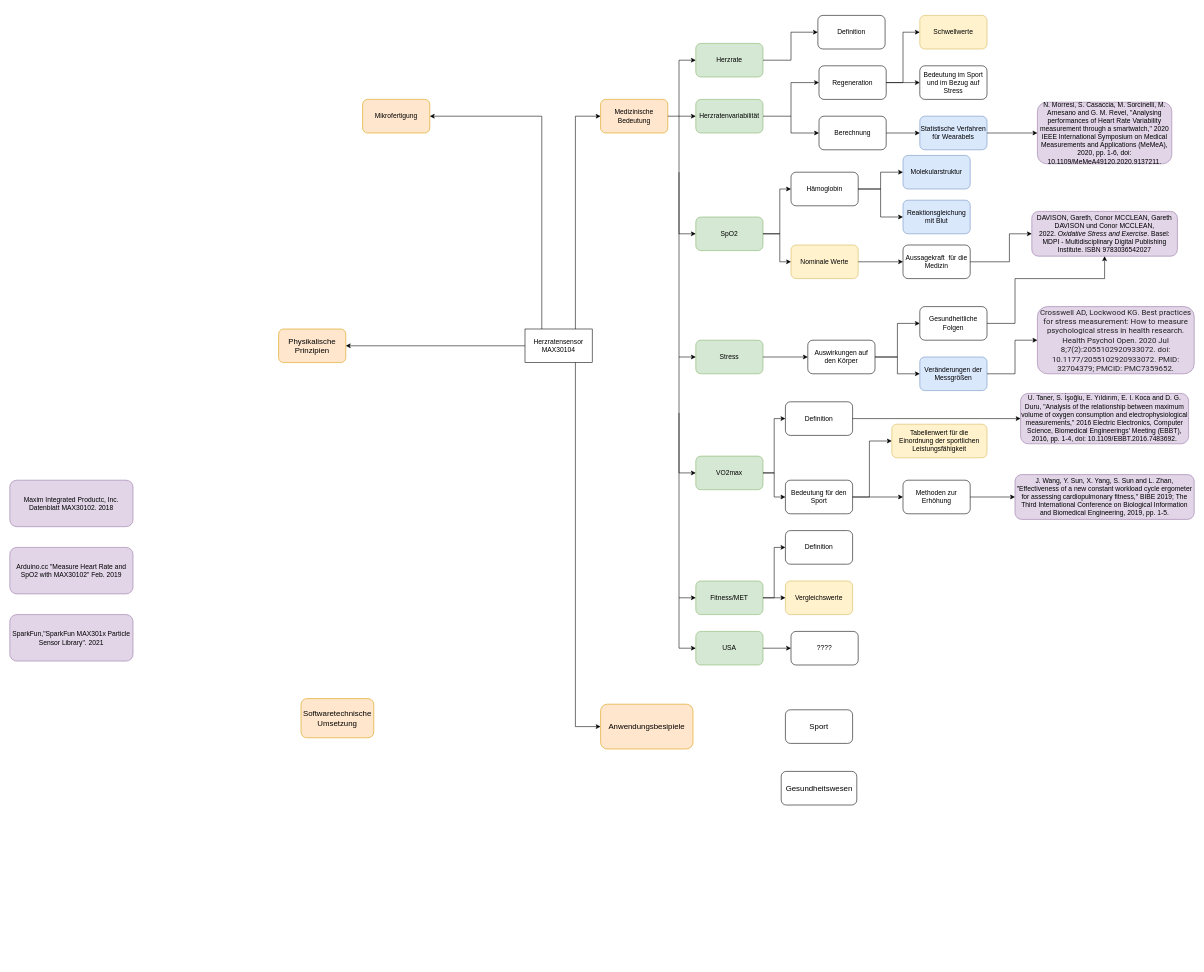
Before: MNST.drawio in Lostqw1/Funfun, a draw.io diagram. Source tidied: cells renumbered, new cells numbered last; positions are measured from the earlier drawing's top-left corner, leaving out a move shared by most shapes. Both pictures are drawn from the tidied source at 56%, with x=0, y=0 at pixel (10, 15).
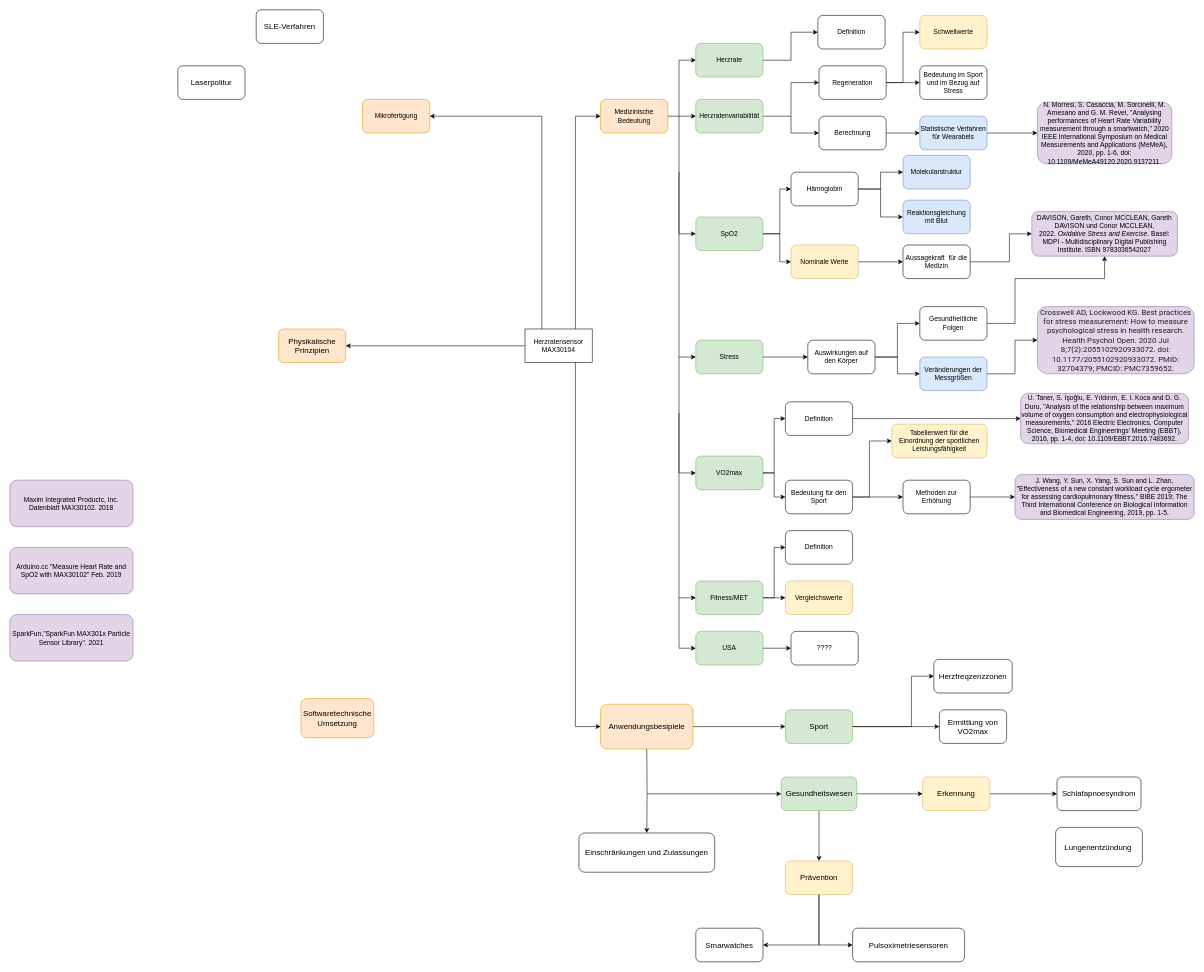
Above is the later version.

The change refers to these unchanged cells:
```xml
<mxCell id="74" value="Anwendungsbesipiele" style="rounded=1;whiteSpace=wrap;html=1;labelBackgroundColor=none;fontSize=14;fillColor=#ffe6cc;strokeColor=#d79b00;" parent="1" vertex="1">
  <mxGeometry x="1055" y="1230" width="165" height="80" as="geometry" />
</mxCell>
```

What changed in the source:
```diff
@@
-    <mxCell id="80" value="Sport" style="rounded=1;whiteSpace=wrap;html=1;labelBackgroundColor=none;fontSize=14;fontColor=#000000;" parent="1" vertex="1">
+    <mxCell id="80" value="Sport" style="rounded=1;whiteSpace=wrap;html=1;labelBackgroundColor=none;fontSize=14;fillColor=#d5e8d4;strokeColor=#82b366;" parent="1" vertex="1">
       <mxGeometry x="1385" y="1240" width="120" height="60" as="geometry" />
     </mxCell>
@@
-    <mxCell id="82" value="Gesundheitswesen" style="rounded=1;whiteSpace=wrap;html=1;labelBackgroundColor=none;fontSize=14;fontColor=#000000;" parent="1" vertex="1">
-      <mxGeometry x="1377.5" y="1350" width="135" height="60" as="geometry" />
+    <mxCell id="82" value="Gesundheitswesen" style="rounded=1;whiteSpace=wrap;html=1;labelBackgroundColor=none;fontSize=14;fillColor=#d5e8d4;strokeColor=#82b366;" parent="1" vertex="1">
+      <mxGeometry x="1377.5" y="1360" width="135" height="60" as="geometry" />
     </mxCell>
+    <mxCell id="84" style="endArrow=classic;html=1;rounded=0;fontSize=14;fontColor=#000000;entryX=0;entryY=0.5;entryDx=0;entryDy=0;exitX=0.5;exitY=1;exitDx=0;exitDy=0;" parent="1" edge="1" source="74" target="82">
+      <mxGeometry relative="1" as="geometry">
+        <Array as="points">
+          <mxPoint x="1138" y="1390" />
+        </Array>
+      </mxGeometry>
+    </mxCell>
@@
+    <mxCell id="85" style="endArrow=classic;html=1;rounded=0;fontSize=14;fontColor=#000000;exitX=1;exitY=0.5;exitDx=0;exitDy=0;entryX=0;entryY=0.5;entryDx=0;entryDy=0;" parent="1" edge="1" source="80" target="86">
+      <mxGeometry relative="1" as="geometry">
+        <Array as="points">
+          <mxPoint x="1610" y="1270" />
+          <mxPoint x="1610" y="1180" />
+        </Array>
+      </mxGeometry>
+    </mxCell>
+    <mxCell id="86" value="Herzfreqzenzzonen" style="rounded=1;whiteSpace=wrap;html=1;labelBackgroundColor=none;fontSize=14;fontColor=#000000;" parent="1" vertex="1">
+      <mxGeometry x="1650" y="1150" width="140" height="60" as="geometry" />
+    </mxCell>
+    <mxCell id="87" value="Ermittlung von VO2max" style="rounded=1;whiteSpace=wrap;html=1;labelBackgroundColor=none;fontSize=14;fontColor=#000000;" parent="1" vertex="1">
+      <mxGeometry x="1660" y="1240" width="120" height="60" as="geometry" />
+    </mxCell>
+    <mxCell id="88" style="endArrow=classic;html=1;rounded=0;fontSize=14;fontColor=#000000;entryX=0;entryY=0.5;entryDx=0;entryDy=0;exitX=1;exitY=0.5;exitDx=0;exitDy=0;" parent="1" edge="1" source="80" target="87">
+      <mxGeometry relative="1" as="geometry" />
+    </mxCell>
+    <mxCell id="89" value="Erkennung" style="rounded=1;whiteSpace=wrap;html=1;labelBackgroundColor=none;fontSize=14;fillColor=#fff2cc;strokeColor=#d6b656;" parent="1" vertex="1">
+      <mxGeometry x="1630" y="1360" width="120" height="60" as="geometry" />
+    </mxCell>
+    <mxCell id="90" value="Schlafapnoesyndrom" style="rounded=1;whiteSpace=wrap;html=1;labelBackgroundColor=none;fontSize=14;fontColor=#000000;" parent="1" vertex="1">
+      <mxGeometry x="1870" y="1360" width="150" height="60" as="geometry" />
+    </mxCell>
+    <mxCell id="91" value="Lungenentzündung&lt;span style=&quot;white-space: pre;&quot;&gt; &lt;/span&gt;" style="rounded=1;whiteSpace=wrap;html=1;labelBackgroundColor=none;fontSize=14;fontColor=#000000;" parent="1" vertex="1">
+      <mxGeometry x="1867.5" y="1450" width="155" height="70" as="geometry" />
+    </mxCell>
+    <mxCell id="92" style="endArrow=classic;html=1;rounded=0;fontSize=14;fontColor=#000000;entryX=0;entryY=0.5;entryDx=0;entryDy=0;exitX=1;exitY=0.5;exitDx=0;exitDy=0;" parent="1" edge="1" source="74" target="80">
+      <mxGeometry relative="1" as="geometry" />
+    </mxCell>
+    <mxCell id="93" value="Prävention" style="rounded=1;whiteSpace=wrap;html=1;labelBackgroundColor=none;fontSize=14;fillColor=#fff2cc;strokeColor=#d6b656;" parent="1" vertex="1">
+      <mxGeometry x="1385" y="1510" width="120" height="60" as="geometry" />
+    </mxCell>
+    <mxCell id="94" style="endArrow=classic;html=1;rounded=0;fontSize=14;fontColor=#000000;entryX=0.5;entryY=0;entryDx=0;entryDy=0;exitX=0.5;exitY=1;exitDx=0;exitDy=0;" parent="1" edge="1" source="82" target="93">
+      <mxGeometry relative="1" as="geometry" />
+    </mxCell>
+    <mxCell id="95" style="endArrow=classic;html=1;rounded=0;fontSize=14;fontColor=#000000;entryX=0;entryY=0.5;entryDx=0;entryDy=0;exitX=1;exitY=0.5;exitDx=0;exitDy=0;" parent="1" edge="1" source="82" target="89">
+      <mxGeometry relative="1" as="geometry" />
+    </mxCell>
+    <mxCell id="96" style="endArrow=classic;html=1;rounded=0;fontSize=14;fontColor=#000000;entryX=0;entryY=0.5;entryDx=0;entryDy=0;exitX=1;exitY=0.5;exitDx=0;exitDy=0;" parent="1" edge="1" source="89" target="90">
+      <mxGeometry relative="1" as="geometry" />
+    </mxCell>
+    <mxCell id="97" value="Smarwatches" style="rounded=1;whiteSpace=wrap;html=1;labelBackgroundColor=none;fontSize=14;fontColor=#000000;" parent="1" vertex="1">
+      <mxGeometry x="1225" y="1630" width="120" height="60" as="geometry" />
+    </mxCell>
+    <mxCell id="98" value="Pulsoximetriesensoren" style="rounded=1;whiteSpace=wrap;html=1;labelBackgroundColor=none;fontSize=14;fontColor=#000000;" parent="1" vertex="1">
+      <mxGeometry x="1505" y="1630" width="200" height="60" as="geometry" />
+    </mxCell>
+    <mxCell id="99" style="endArrow=classic;html=1;rounded=0;fontSize=14;fontColor=#000000;exitX=0.5;exitY=1;exitDx=0;exitDy=0;entryX=1;entryY=0.5;entryDx=0;entryDy=0;" parent="1" edge="1" source="93" target="97">
+      <mxGeometry relative="1" as="geometry">
+        <Array as="points">
+          <mxPoint x="1445" y="1660" />
+        </Array>
+      </mxGeometry>
+    </mxCell>
+    <mxCell id="100" value="SLE-Verfahren" style="rounded=1;whiteSpace=wrap;html=1;labelBackgroundColor=none;fontSize=14;fontColor=#000000;" parent="1" vertex="1">
+      <mxGeometry x="440" y="-10" width="120" height="60" as="geometry" />
+    </mxCell>
+    <mxCell id="101" value="Laserpolitur" style="rounded=1;whiteSpace=wrap;html=1;labelBackgroundColor=none;fontSize=14;fontColor=#000000;" parent="1" vertex="1">
+      <mxGeometry x="300" y="90" width="120" height="60" as="geometry" />
+    </mxCell>
+    <mxCell id="102" value="Einschrä&lt;span style=&quot;white-space: pre;&quot;&gt;nkungen und Zulassungen&lt;/span&gt;" style="rounded=1;whiteSpace=wrap;html=1;labelBackgroundColor=none;fontSize=14;fontColor=#000000;" parent="1" vertex="1">
+      <mxGeometry x="1016.2" y="1460" width="242.5" height="70" as="geometry" />
+    </mxCell>
+    <mxCell id="103" style="endArrow=classic;html=1;rounded=0;fontSize=14;fontColor=#000000;entryX=0.5;entryY=0;entryDx=0;entryDy=0;" parent="1" edge="1" target="102">
+      <mxGeometry relative="1" as="geometry">
+        <mxPoint x="1138" y="1390" as="sourcePoint" />
+      </mxGeometry>
+    </mxCell>
+    <mxCell id="104" style="endArrow=classic;html=1;rounded=0;fontSize=14;fontColor=#000000;entryX=0;entryY=0.5;entryDx=0;entryDy=0;exitX=0.5;exitY=1;exitDx=0;exitDy=0;" parent="1" edge="1" source="93" target="98">
+      <mxGeometry relative="1" as="geometry">
+        <Array as="points">
+          <mxPoint x="1445" y="1660" />
+        </Array>
+      </mxGeometry>
+    </mxCell>
```
